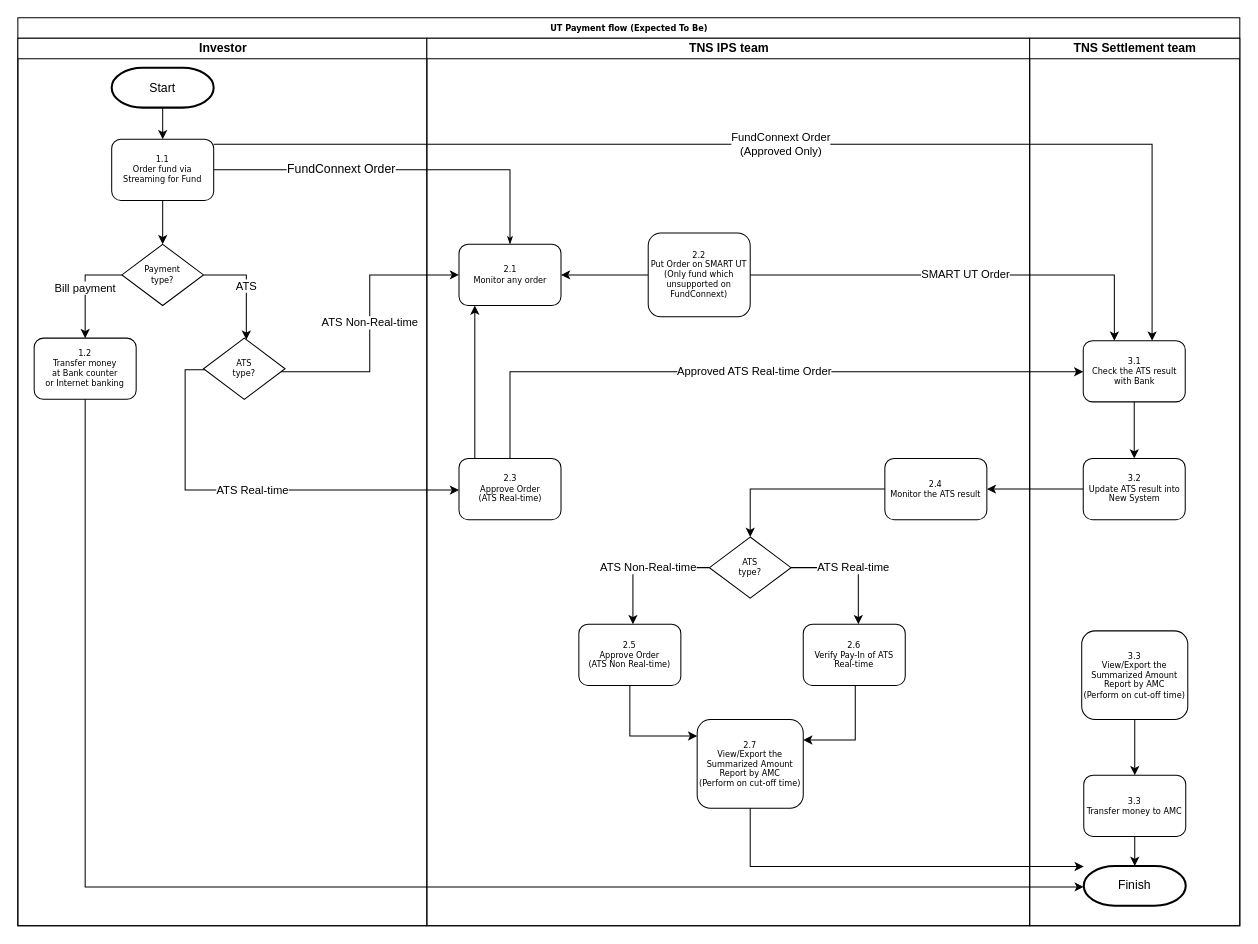
The draw.io diagram page "UT-Workflow-To-Be" (4 of 5) of UT Diagram.drawio in peerapongdev/diagrams, before the edit. Source tidied: cells renumbered, new cells numbered last; positions are measured from the earlier drawing's top-left corner, leaving out a move shared by most shapes. Both pictures are drawn from the tidied source at 102%, with x=0, y=0 at pixel (17, 17).
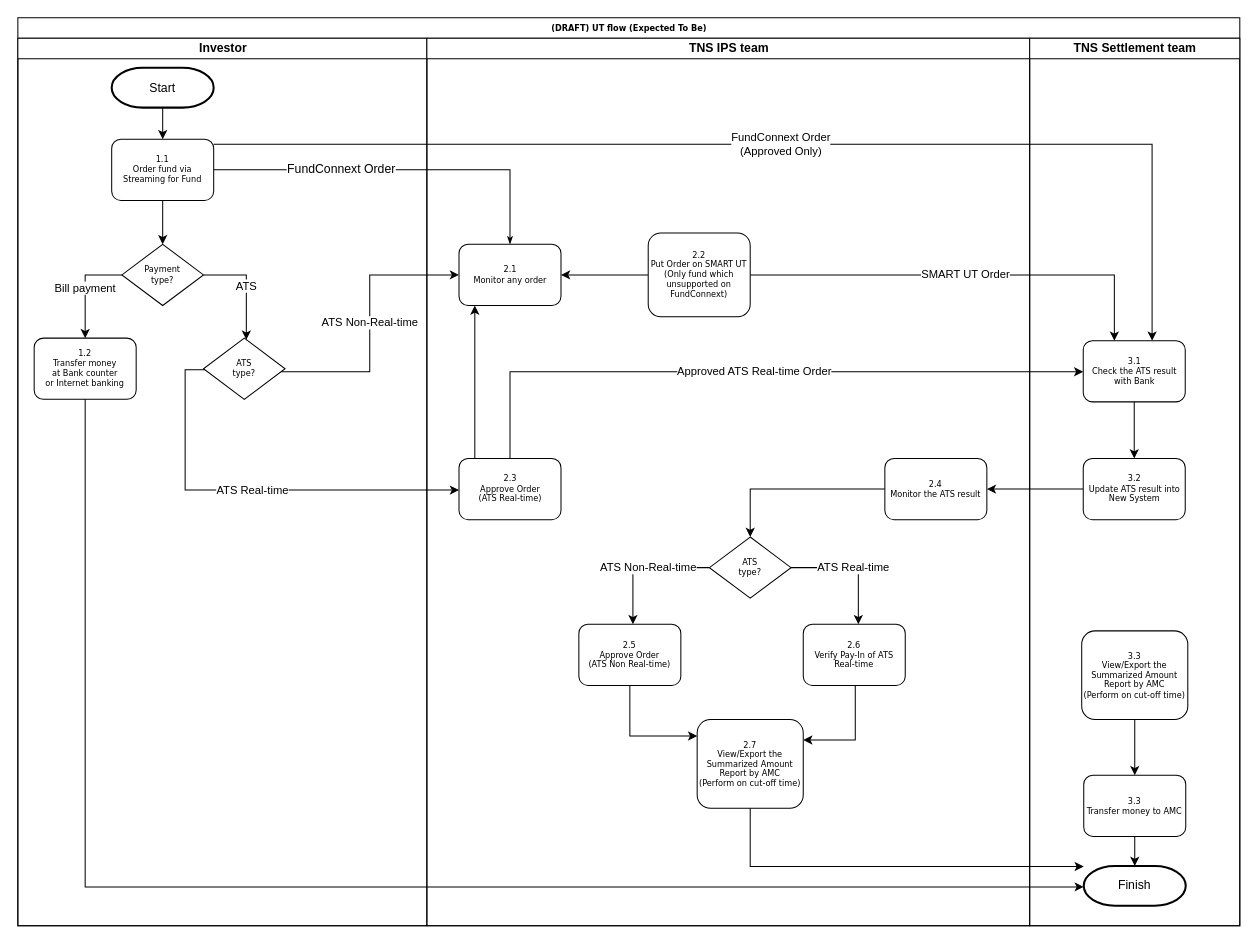
Above is the later version.

The edit, as a diff of the source:
```diff
@@
-    <mxCell id="2" value="UT Payment flow (Expected To Be)" style="swimlane;html=1;startSize=20;rounded=0;shadow=0;labelBackgroundColor=none;strokeColor=#000000;strokeWidth=1;fillColor=#ffffff;fontFamily=Verdana;fontSize=8;fontColor=#000000;align=center;" parent="1" vertex="1">
+    <mxCell id="2" value="(DRAFT) UT flow (Expected To Be)" style="swimlane;html=1;startSize=20;rounded=0;shadow=0;labelBackgroundColor=none;strokeColor=#000000;strokeWidth=1;fillColor=#ffffff;fontFamily=Verdana;fontSize=8;fontColor=#000000;align=center;" parent="1" vertex="1">
       <mxGeometry width="1198" height="890" as="geometry" />
     </mxCell>
```
